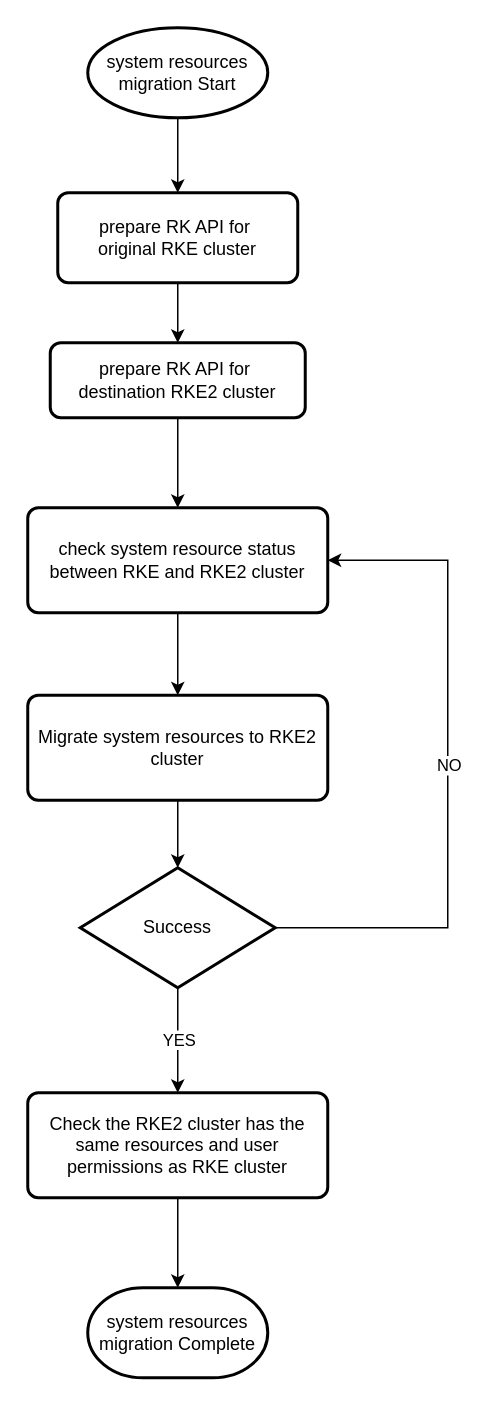
The draw.io diagram system-resrouce-migration-process.drawio in JacieChao/jacie-docs, before the edit. Source tidied: cells renumbered, new cells numbered last; positions are measured from the earlier drawing's top-left corner, leaving out a move shared by most shapes. Both pictures are drawn from the tidied source at 150%, with x=0, y=0 at pixel (27, 27).
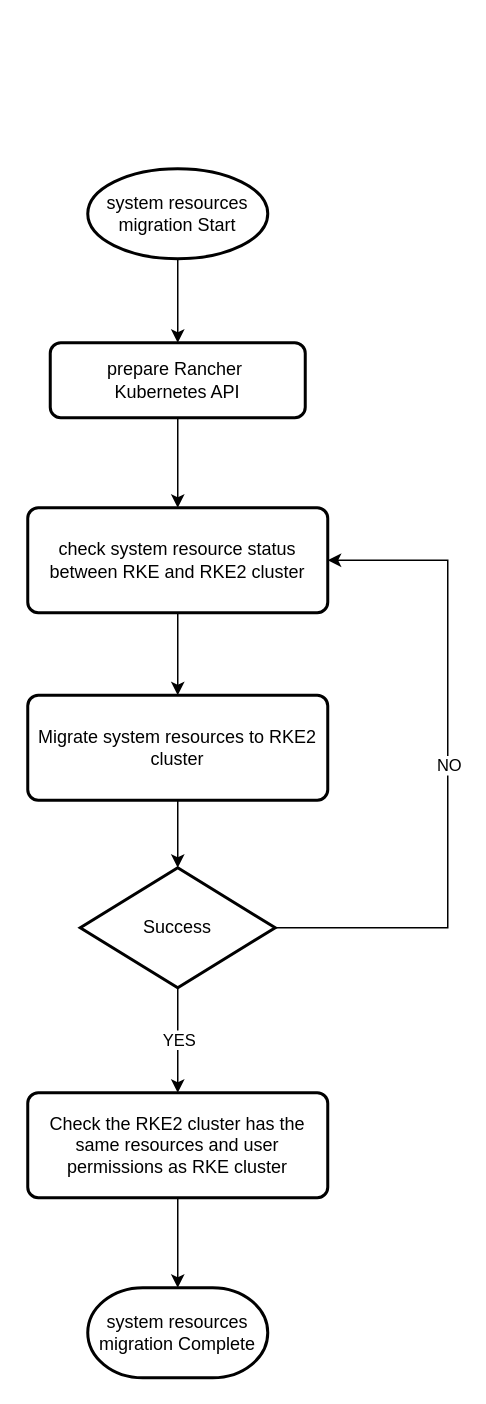
Above is the later version.

The edit, as a diff of the source:
```diff
@@
-    <mxCell id="2" style="edgeStyle=orthogonalEdgeStyle;rounded=0;jettySize=auto;html=1;" parent="1" edge="1" source="3" target="5">
-      <mxGeometry relative="1" as="geometry" />
-    </mxCell>
-    <mxCell id="3" value="prepare RK API for&amp;nbsp;&lt;div&gt;original RKE cluster&lt;/div&gt;" style="rounded=1;whiteSpace=wrap;html=1;absoluteArcSize=1;arcSize=14;strokeWidth=2;" parent="1" vertex="1">
-      <mxGeometry x="20" y="110" width="160" height="60" as="geometry" />
-    </mxCell>
@@
-    <mxCell id="5" value="prepare RK API for&amp;nbsp;&lt;div&gt;destination RKE2 cluster&lt;/div&gt;" style="rounded=1;whiteSpace=wrap;html=1;absoluteArcSize=1;arcSize=14;strokeWidth=2;" parent="1" vertex="1">
+    <mxCell id="5" value="prepare Rancher&amp;nbsp;&lt;div&gt;Kubernetes API&lt;/div&gt;" style="rounded=1;whiteSpace=wrap;html=1;absoluteArcSize=1;arcSize=14;strokeWidth=2;" parent="1" vertex="1">
       <mxGeometry x="15" y="210" width="170" height="50" as="geometry" />
     </mxCell>
@@
-    <mxCell id="16" style="edgeStyle=orthogonalEdgeStyle;rounded=0;jettySize=auto;html=1;" parent="1" edge="1" source="17" target="3">
-      <mxGeometry relative="1" as="geometry" />
-    </mxCell>
+    <mxCell id="20" style="edgeStyle=orthogonalEdgeStyle;rounded=0;jettySize=auto;html=1;" parent="1" edge="1" source="17" target="5">
+      <mxGeometry relative="1" as="geometry" />
+    </mxCell>
     <mxCell id="17" value="system resources migration Start" style="strokeWidth=2;html=1;shape=mxgraph.flowchart.start_1;whiteSpace=wrap;" parent="1" vertex="1">
-      <mxGeometry x="40" width="120" height="60" as="geometry" />
+      <mxGeometry x="40" y="94" width="120" height="60" as="geometry" />
     </mxCell>
```
